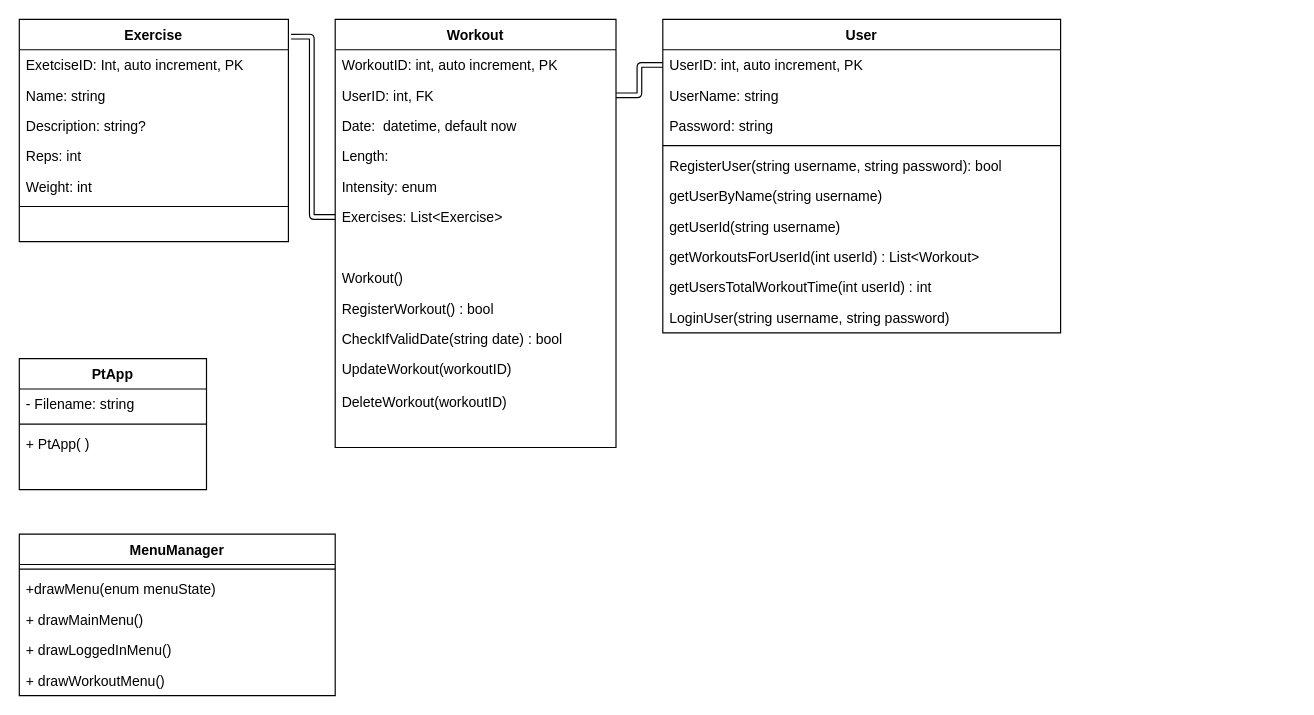
Before: Drawio/klassdiagram.drawio in ispyspiders/projekt, a draw.io diagram. Source tidied: cells renumbered, new cells numbered last; positions are measured from the earlier drawing's top-left corner, leaving out a move shared by most shapes. Both pictures are drawn from the tidied source at 117%, with x=0, y=0 at pixel (19, 19).
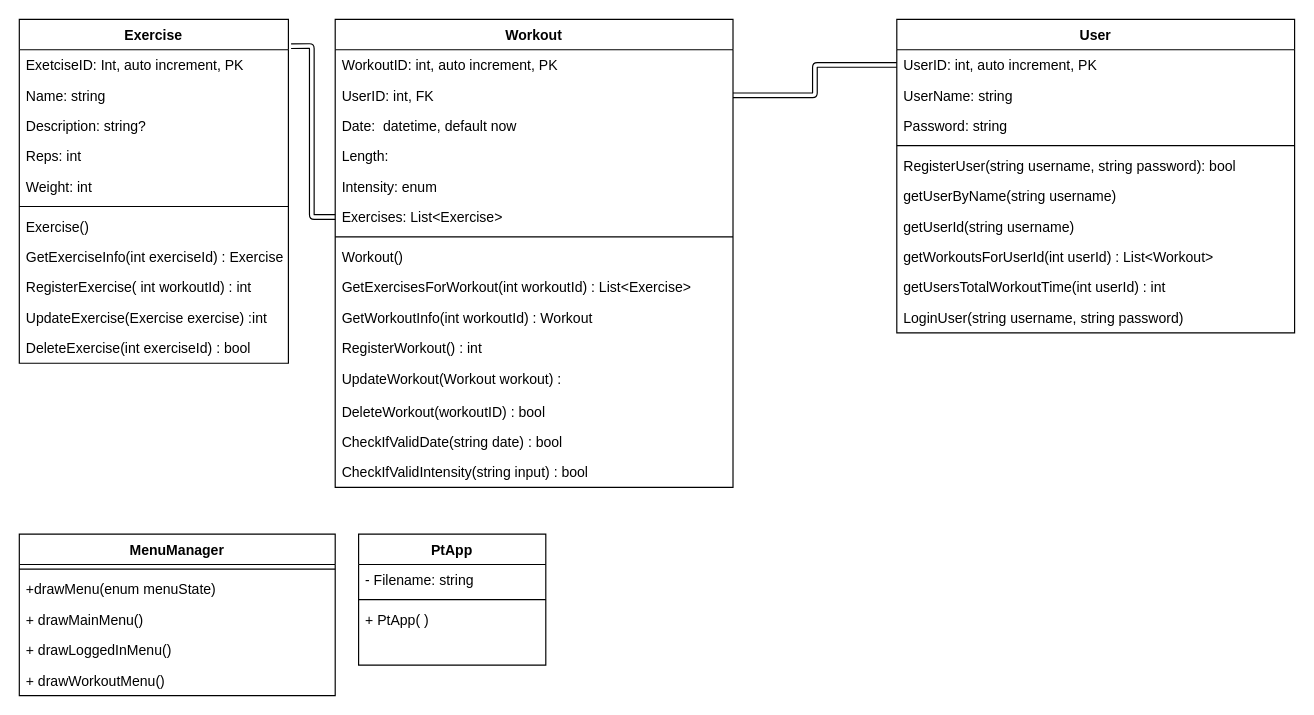
The same page after the edit.

Commit message:
uppdaterat klassdiagram

Diff of the diagram source:
```diff
@@
     <mxCell id="3" value="Exercise" style="swimlane;fontStyle=1;align=center;verticalAlign=top;horizontal=1;startSize=26;" parent="1" vertex="1">
-      <mxGeometry width="230" height="190" as="geometry" />
+      <mxGeometry width="230" height="294" as="geometry" />
     </mxCell>
@@
-    <mxCell id="10" style="text;strokeColor=none;fillColor=none;align=left;verticalAlign=top;spacingLeft=4;spacingRight=4;overflow=hidden;" parent="3" vertex="1">
+    <mxCell id="10" value="Exercise()" style="text;strokeColor=none;fillColor=none;align=left;verticalAlign=top;spacingLeft=4;spacingRight=4;overflow=hidden;" parent="3" vertex="1">
       <mxGeometry y="164" width="230" height="26" as="geometry" />
     </mxCell>
+    <mxCell id="48" value="GetExerciseInfo(int exerciseId) : Exercise" style="text;strokeColor=none;fillColor=none;align=left;verticalAlign=top;spacingLeft=4;spacingRight=4;overflow=hidden;" parent="3" vertex="1">
+      <mxGeometry y="190" width="230" height="26" as="geometry" />
+    </mxCell>
+    <mxCell id="49" value="RegisterExercise( int workoutId) : int" style="text;strokeColor=none;fillColor=none;align=left;verticalAlign=top;spacingLeft=4;spacingRight=4;overflow=hidden;" parent="3" vertex="1">
+      <mxGeometry y="216" width="230" height="26" as="geometry" />
+    </mxCell>
+    <mxCell id="50" value="UpdateExercise(Exercise exercise) :int" style="text;strokeColor=none;fillColor=none;align=left;verticalAlign=top;spacingLeft=4;spacingRight=4;overflow=hidden;" parent="3" vertex="1">
+      <mxGeometry y="242" width="230" height="26" as="geometry" />
+    </mxCell>
+    <mxCell id="51" value="DeleteExercise(int exerciseId) : bool" style="text;strokeColor=none;fillColor=none;align=left;verticalAlign=top;spacingLeft=4;spacingRight=4;overflow=hidden;" parent="3" vertex="1">
+      <mxGeometry y="268" width="230" height="26" as="geometry" />
+    </mxCell>
     <mxCell id="11" value="Workout" style="swimlane;fontStyle=1;align=center;verticalAlign=top;horizontal=1;startSize=26;" parent="1" vertex="1">
-      <mxGeometry x="270" width="240" height="366" as="geometry" />
+      <mxGeometry x="270" width="340" height="400" as="geometry" />
     </mxCell>
     <mxCell id="12" value="WorkoutID: int, auto increment, PK" style="text;strokeColor=none;fillColor=none;align=left;verticalAlign=top;spacingLeft=4;spacingRight=4;overflow=hidden;" parent="11" vertex="1">
-      <mxGeometry y="26" width="240" height="26" as="geometry" />
+      <mxGeometry y="26" width="340" height="26" as="geometry" />
     </mxCell>
     <mxCell id="13" value="UserID: int, FK" style="text;strokeColor=none;fillColor=none;align=left;verticalAlign=top;spacingLeft=4;spacingRight=4;overflow=hidden;points=[[0,0.5],[1,0.5]];portConstraint=eastwest;" parent="11" vertex="1">
-      <mxGeometry y="52" width="240" height="26" as="geometry" />
+      <mxGeometry y="52" width="340" height="26" as="geometry" />
     </mxCell>
     <mxCell id="14" value="Date:  datetime, default now" style="text;strokeColor=none;fillColor=none;align=left;verticalAlign=top;spacingLeft=4;spacingRight=4;overflow=hidden;" parent="11" vertex="1">
-      <mxGeometry y="78" width="240" height="26" as="geometry" />
+      <mxGeometry y="78" width="340" height="26" as="geometry" />
     </mxCell>
     <mxCell id="15" value="Length: " style="text;strokeColor=none;fillColor=none;align=left;verticalAlign=top;spacingLeft=4;spacingRight=4;overflow=hidden;" parent="11" vertex="1">
-      <mxGeometry y="104" width="240" height="26" as="geometry" />
+      <mxGeometry y="104" width="340" height="26" as="geometry" />
     </mxCell>
     <mxCell id="16" value="Intensity: enum" style="text;strokeColor=none;fillColor=none;align=left;verticalAlign=top;spacingLeft=4;spacingRight=4;overflow=hidden;" parent="11" vertex="1">
-      <mxGeometry y="130" width="240" height="26" as="geometry" />
+      <mxGeometry y="130" width="340" height="26" as="geometry" />
     </mxCell>
     <mxCell id="17" value="Exercises: List&lt;Exercise&gt;" style="text;strokeColor=none;fillColor=none;align=left;verticalAlign=top;spacingLeft=4;spacingRight=4;overflow=hidden;points=[[0,0.5],[1,0.5]];portConstraint=eastwest;" parent="11" vertex="1">
-      <mxGeometry y="156" width="240" height="26" as="geometry" />
+      <mxGeometry y="156" width="340" height="26" as="geometry" />
     </mxCell>
-    <mxCell id="18" style="text;strokeColor=none;fillColor=none;align=left;verticalAlign=top;spacingLeft=4;spacingRight=4;overflow=hidden;" parent="11" vertex="1">
-      <mxGeometry y="182" width="240" height="26" as="geometry" />
-    </mxCell>
+    <mxCell id="52" style="line;strokeWidth=1;fillColor=none;align=left;verticalAlign=middle;spacingTop=-1;spacingLeft=3;spacingRight=3;labelPosition=right;strokeColor=inherit;" parent="11" vertex="1">
+      <mxGeometry y="182" width="340" height="8" as="geometry" />
+    </mxCell>
     <mxCell id="19" value="Workout()" style="text;strokeColor=none;fillColor=none;align=left;verticalAlign=top;spacingLeft=4;spacingRight=4;overflow=hidden;" parent="11" vertex="1">
-      <mxGeometry y="208" width="240" height="26" as="geometry" />
+      <mxGeometry y="190" width="340" height="26" as="geometry" />
     </mxCell>
+    <mxCell id="53" value="GetExercisesForWorkout(int workoutId) : List&lt;Exercise&gt;" style="text;strokeColor=none;fillColor=none;align=left;verticalAlign=top;spacingLeft=4;spacingRight=4;overflow=hidden;" parent="11" vertex="1">
+      <mxGeometry y="216" width="340" height="26" as="geometry" />
+    </mxCell>
+    <mxCell id="54" value="GetWorkoutInfo(int workoutId) : Workout" style="text;strokeColor=none;fillColor=none;align=left;verticalAlign=top;spacingLeft=4;spacingRight=4;overflow=hidden;" parent="11" vertex="1">
+      <mxGeometry y="242" width="340" height="26" as="geometry" />
+    </mxCell>
-    <mxCell id="20" value="RegisterWorkout() : bool" style="text;strokeColor=none;fillColor=none;align=left;verticalAlign=top;spacingLeft=4;spacingRight=4;overflow=hidden;" parent="11" vertex="1">
-      <mxGeometry y="234" width="240" height="26" as="geometry" />
+    <mxCell id="20" value="RegisterWorkout() : int" style="text;strokeColor=none;fillColor=none;align=left;verticalAlign=top;spacingLeft=4;spacingRight=4;overflow=hidden;" parent="11" vertex="1">
+      <mxGeometry y="268" width="340" height="26" as="geometry" />
     </mxCell>
-    <mxCell id="21" value="CheckIfValidDate(string date) : bool" style="text;strokeColor=none;fillColor=none;align=left;verticalAlign=top;spacingLeft=4;spacingRight=4;overflow=hidden;" parent="11" vertex="1">
-      <mxGeometry y="260" width="240" height="26" as="geometry" />
-    </mxCell>
-    <mxCell id="22" value="UpdateWorkout(workoutID)" style="text;strokeColor=none;fillColor=none;align=left;verticalAlign=top;spacingLeft=4;spacingRight=4;overflow=hidden;" parent="11" vertex="1">
-      <mxGeometry y="286" width="240" height="28" as="geometry" />
+    <mxCell id="22" value="UpdateWorkout(Workout workout) : " style="text;strokeColor=none;fillColor=none;align=left;verticalAlign=top;spacingLeft=4;spacingRight=4;overflow=hidden;" parent="11" vertex="1">
+      <mxGeometry y="294" width="340" height="28" as="geometry" />
     </mxCell>
-    <mxCell id="23" value="DeleteWorkout(workoutID)" style="text;strokeColor=none;fillColor=none;align=left;verticalAlign=top;spacingLeft=4;spacingRight=4;overflow=hidden;" parent="11" vertex="1">
-      <mxGeometry y="314" width="240" height="26" as="geometry" />
+    <mxCell id="23" value="DeleteWorkout(workoutID) : bool" style="text;strokeColor=none;fillColor=none;align=left;verticalAlign=top;spacingLeft=4;spacingRight=4;overflow=hidden;" parent="11" vertex="1">
+      <mxGeometry y="322" width="340" height="26" as="geometry" />
     </mxCell>
+    <mxCell id="21" value="CheckIfValidDate(string date) : bool" style="text;strokeColor=none;fillColor=none;align=left;verticalAlign=top;spacingLeft=4;spacingRight=4;overflow=hidden;" parent="11" vertex="1">
+      <mxGeometry y="348" width="340" height="26" as="geometry" />
+    </mxCell>
-    <mxCell id="24" style="text;strokeColor=none;fillColor=none;align=left;verticalAlign=top;spacingLeft=4;spacingRight=4;overflow=hidden;" parent="11" vertex="1">
-      <mxGeometry y="340" width="240" height="26" as="geometry" />
+    <mxCell id="24" value="CheckIfValidIntensity(string input) : bool" style="text;strokeColor=none;fillColor=none;align=left;verticalAlign=top;spacingLeft=4;spacingRight=4;overflow=hidden;" parent="11" vertex="1">
+      <mxGeometry y="374" width="340" height="26" as="geometry" />
     </mxCell>
     <mxCell id="25" value="User" style="swimlane;fontStyle=1;align=center;verticalAlign=top;horizontal=1;startSize=26;" parent="1" vertex="1">
-      <mxGeometry x="550" width="340" height="268" as="geometry" />
+      <mxGeometry x="750" width="340" height="268" as="geometry" />
     </mxCell>
@@
     <mxCell id="37" value="PtApp" style="swimlane;fontStyle=1;align=center;verticalAlign=top;horizontal=1;startSize=26;" parent="1" vertex="1">
-      <mxGeometry y="290" width="160" height="112" as="geometry" />
+      <mxGeometry x="290" y="440" width="160" height="112" as="geometry" />
     </mxCell>
```
